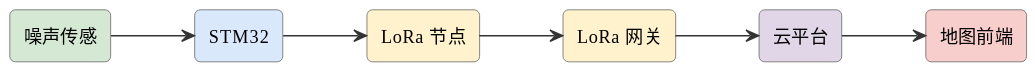
This is assets/diagrams/ideas-fig35.svg from mingyi0818/IntelligentMcuCourse, a PlantUML export, as it was before one commit.
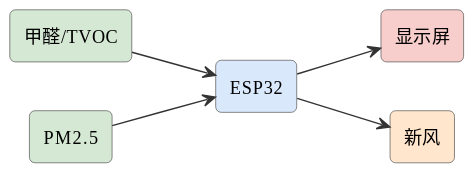
Later version of the same file.

Diff of the diagram source:
```diff
@@ -6,15 +6,13 @@
 skinparam arrowFontSize 11
 skinparam arrowColor #333
 left to right direction
-rectangle "噪声传感" as mic #d5e8d4
-rectangle "STM32" as stm #dae8fc
-rectangle "LoRa 节点" as lora #fff2cc
-rectangle "LoRa 网关" as gw #fff2cc
-rectangle "云平台" as cloud #e1d5e8
-rectangle "地图前端" as map #f8cecc
-mic --> stm
-stm --> lora
-lora --> gw
-gw --> cloud
-cloud --> map
+rectangle "甲醛/TVOC" as gas #d5e8d4
+rectangle "PM2.5" as pm #d5e8d4
+rectangle "ESP32" as esp #dae8fc
+rectangle "显示屏" as scr #f8cecc
+rectangle "新风" as air #ffe6cc
+gas --> esp
+pm --> esp
+esp --> scr
+esp --> air
 @enduml
```
